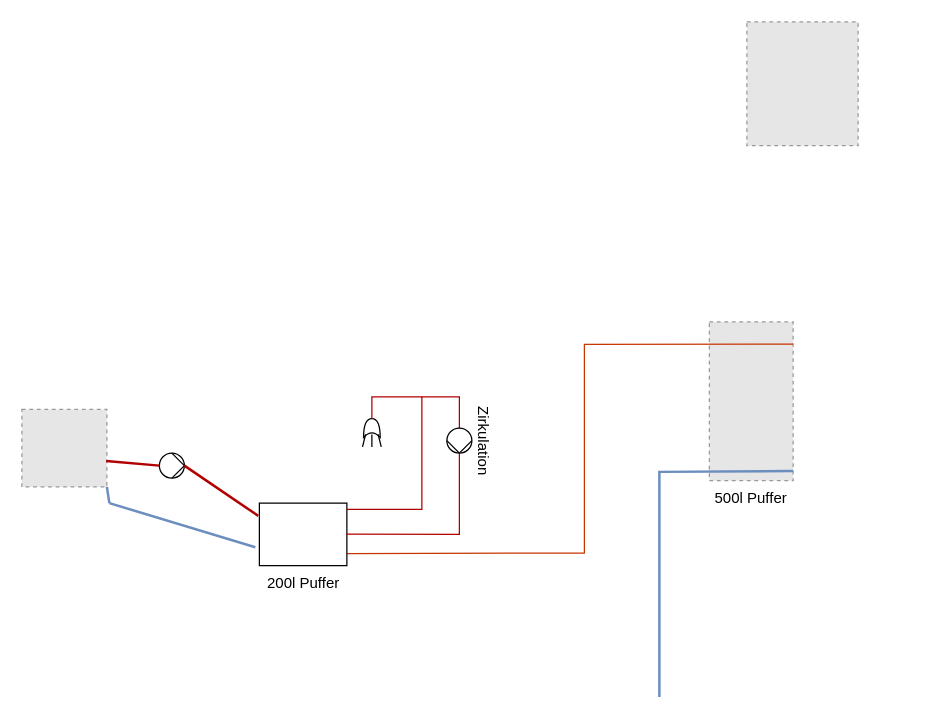
Before: Fuchsbau_Bestand.drawio in taxilof/FuchsbauHydraulik, a draw.io diagram. Source tidied: cells renumbered, new cells numbered last; positions are measured from the earlier drawing's top-left corner, leaving out a move shared by most shapes. Both pictures are drawn from the tidied source at 125%, with x=0, y=0 at pixel (21, 21). Pictures stored in the file or linked from it are replaced by grey dashed boxes.
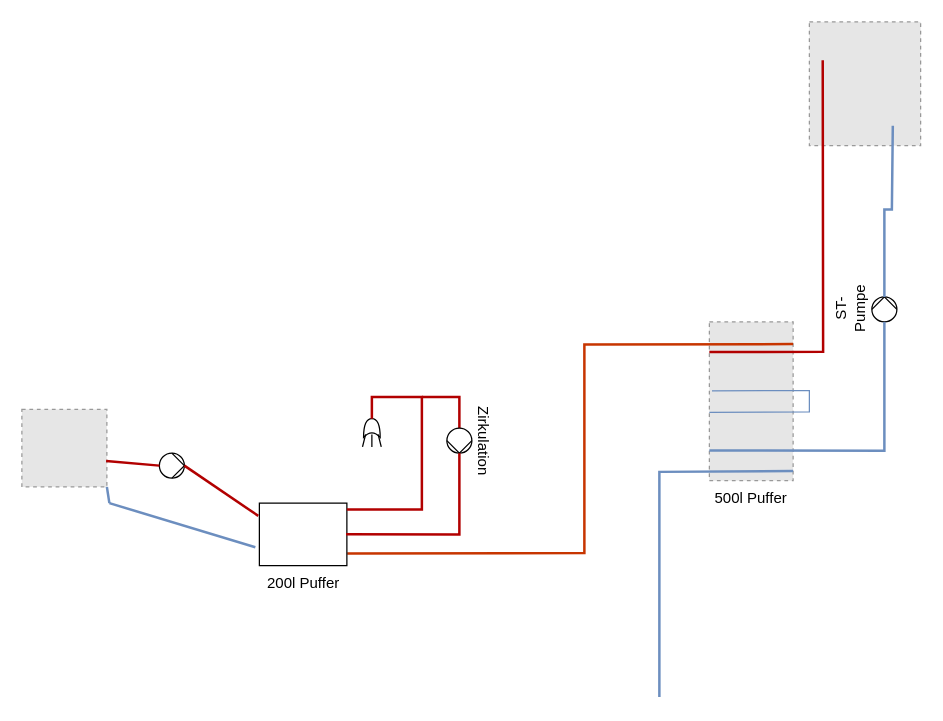
Above is the later version.

Unchanged cells that the change refers to:
```xml
<mxCell id="4" value="500l Puffer&#10;" style="fillColor=#E6E6E6;strokeColor=#999999;dashed=1;verticalLabelPosition=bottom;labelBackgroundColor=default;verticalAlign=top;" parent="1" vertex="1">
  <mxGeometry x="550" y="240" width="67" height="127" as="geometry" />
</mxCell>
<mxCell id="6" value="200l Puffer&lt;div&gt;&lt;br&gt;&lt;/div&gt;" style="shape=mxgraph.pid.vessels.tank,_vessel;html=1;align=center;verticalLabelPosition=bottom;verticalAlign=top;dashed=0;" parent="1" vertex="1">
  <mxGeometry x="190" y="385" width="70" height="50" as="geometry" />
</mxCell>
<mxCell id="13" style="shape=xor;whiteSpace=wrap;html=1;rotation=-90;" parent="12" vertex="1">
  <mxGeometry x="2.5" y="-1.7" width="15" height="13.3" as="geometry" />
</mxCell>
<mxCell id="19" value="Zirkulation" style="shape=mxgraph.pid.pumps_-_iso.pump_(liquid);html=1;align=center;verticalLabelPosition=top;verticalAlign=bottom;dashed=0;rotation=90;labelPosition=center;" parent="1" vertex="1">
  <mxGeometry x="340" y="325" width="20" height="20" as="geometry" />
</mxCell>
```

Change to the diagram source:
```diff
@@
     <mxCell id="2" style="fillColor=#E6E6E6;strokeColor=#999999;dashed=1;verticalLabelPosition=bottom;labelBackgroundColor=default;verticalAlign=top;" parent="1" vertex="1">
-      <mxGeometry x="580" width="89" height="99" as="geometry" />
+      <mxGeometry x="630" width="89" height="99" as="geometry" />
     </mxCell>
@@
-    <mxCell id="5" style="endArrow=none;html=1;rounded=0;entryX=1;entryY=0.14;entryDx=0;entryDy=0;entryPerimeter=0;exitX=1.004;exitY=0.806;exitDx=0;exitDy=0;exitPerimeter=0;fillColor=#fa6800;strokeColor=#C73500;" parent="1" edge="1" source="6" target="4">
+    <mxCell id="5" style="endArrow=none;html=1;rounded=0;entryX=1;entryY=0.14;entryDx=0;entryDy=0;entryPerimeter=0;exitX=1.004;exitY=0.806;exitDx=0;exitDy=0;exitPerimeter=0;fillColor=#fa6800;strokeColor=#C73500;strokeWidth=2;" parent="1" edge="1" source="6" target="4">
       <mxGeometry relative="1" as="geometry">
         <Array as="points">
           <mxPoint x="450" y="425" />
           <mxPoint x="450" y="258" />
         </Array>
       </mxGeometry>
     </mxCell>
@@
-    <mxCell id="17" style="endArrow=none;html=1;rounded=0;entryX=1;entryY=0.5;entryDx=0;entryDy=0;entryPerimeter=0;fillColor=#e51400;strokeColor=#B20000;" parent="1" edge="1" target="13">
+    <mxCell id="17" style="endArrow=none;html=1;rounded=0;entryX=1;entryY=0.5;entryDx=0;entryDy=0;entryPerimeter=0;fillColor=#e51400;strokeColor=#B20000;strokeWidth=2;" parent="1" edge="1" target="13">
       <mxGeometry relative="1" as="geometry">
         <mxPoint x="260" y="390" as="sourcePoint" />
         <Array as="points">
           <mxPoint x="320" y="390" />
           <mxPoint x="320" y="340" />
           <mxPoint x="320" y="300" />
           <mxPoint x="280" y="300" />
         </Array>
       </mxGeometry>
     </mxCell>
-    <mxCell id="18" style="endArrow=none;html=1;rounded=0;exitX=0;exitY=0.5;exitDx=0;exitDy=0;exitPerimeter=0;fillColor=#e51400;strokeColor=#B20000;" parent="1" edge="1" source="19">
+    <mxCell id="18" style="endArrow=none;html=1;rounded=0;exitX=0;exitY=0.5;exitDx=0;exitDy=0;exitPerimeter=0;fillColor=#e51400;strokeColor=#B20000;strokeWidth=2;" parent="1" edge="1" source="19">
       <mxGeometry relative="1" as="geometry">
         <mxPoint x="320" y="300" as="targetPoint" />
         <Array as="points">
           <mxPoint x="350" y="300" />
         </Array>
       </mxGeometry>
     </mxCell>
@@
-    <mxCell id="20" style="endArrow=none;html=1;rounded=0;entryX=1;entryY=0.5;entryDx=0;entryDy=0;entryPerimeter=0;exitX=0.991;exitY=0.497;exitDx=0;exitDy=0;exitPerimeter=0;fillColor=#e51400;strokeColor=#B20000;" parent="1" edge="1" source="6" target="19">
+    <mxCell id="20" style="endArrow=none;html=1;rounded=0;entryX=1;entryY=0.5;entryDx=0;entryDy=0;entryPerimeter=0;exitX=0.991;exitY=0.497;exitDx=0;exitDy=0;exitPerimeter=0;fillColor=#e51400;strokeColor=#B20000;strokeWidth=2;" parent="1" edge="1" source="6" target="19">
       <mxGeometry relative="1" as="geometry">
         <Array as="points">
           <mxPoint x="350" y="410" />
         </Array>
       </mxGeometry>
     </mxCell>
@@
+    <mxCell id="22" value="ST-&lt;div&gt;Pumpe&lt;/div&gt;" style="shape=mxgraph.pid.pumps_-_iso.pump_(liquid);html=1;align=center;verticalLabelPosition=top;verticalAlign=bottom;dashed=0;rotation=-90;labelPosition=center;" parent="1" vertex="1">
+      <mxGeometry x="680" y="220" width="20" height="20" as="geometry" />
+    </mxCell>
+    <mxCell id="23" style="endArrow=none;html=1;rounded=0;exitX=0;exitY=0.81;exitDx=0;exitDy=0;exitPerimeter=0;entryX=0;entryY=0.5;entryDx=0;entryDy=0;entryPerimeter=0;fillColor=#dae8fc;strokeColor=#6c8ebf;strokeWidth=2;" parent="1" edge="1" source="4" target="22">
+      <mxGeometry relative="1" as="geometry">
+        <Array as="points">
+          <mxPoint x="690" y="343" />
+        </Array>
+      </mxGeometry>
+    </mxCell>
+    <mxCell id="24" style="endArrow=none;html=1;rounded=0;entryX=0.031;entryY=0.434;entryDx=0;entryDy=0;entryPerimeter=0;exitX=0;exitY=0.57;exitDx=0;exitDy=0;exitPerimeter=0;fillColor=#dae8fc;strokeColor=#6c8ebf;" parent="1" edge="1" source="4" target="4">
+      <mxGeometry relative="1" as="geometry">
+        <Array as="points">
+          <mxPoint x="630" y="312" />
+          <mxPoint x="630" y="295" />
+        </Array>
+      </mxGeometry>
+    </mxCell>
+    <mxCell id="25" style="endArrow=none;html=1;rounded=0;entryX=0.75;entryY=0.84;entryDx=0;entryDy=0;entryPerimeter=0;exitX=1;exitY=0.5;exitDx=0;exitDy=0;exitPerimeter=0;fillColor=#dae8fc;strokeColor=#6c8ebf;strokeWidth=2;" parent="1" edge="1" source="22" target="2">
+      <mxGeometry relative="1" as="geometry">
+        <Array as="points">
+          <mxPoint x="690" y="150" />
+          <mxPoint x="696" y="150" />
+        </Array>
+      </mxGeometry>
+    </mxCell>
+    <mxCell id="26" style="endArrow=none;html=1;rounded=0;entryX=0.12;entryY=0.31;entryDx=0;entryDy=0;entryPerimeter=0;exitX=0;exitY=0.19;exitDx=0;exitDy=0;exitPerimeter=0;fillColor=#e51400;strokeColor=#B20000;strokeWidth=2;" parent="1" edge="1" source="4" target="2">
+      <mxGeometry relative="1" as="geometry">
+        <Array as="points">
+          <mxPoint x="641" y="264" />
+        </Array>
+      </mxGeometry>
+    </mxCell>
```
